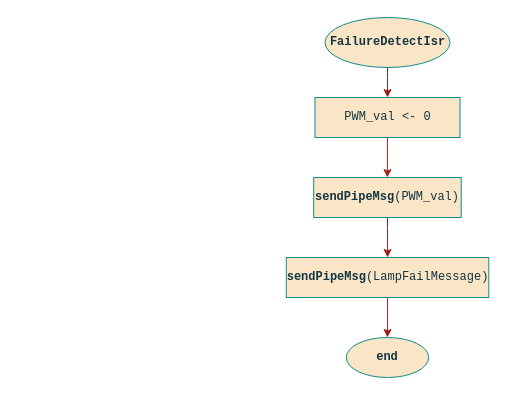
ESRGgroup9/slipad keeps this draw.io diagram as page "LampFailureDetector" (3 of 7) of project/report/flowcharts/Sensors.drawio. Above is the earlier version. Source tidied: cells renumbered, new cells numbered last; positions are measured from the earlier drawing's top-left corner, leaving out a move shared by most shapes. Both pictures are drawn from the tidied source at 100%, with x=0, y=0 at pixel (17, 17).
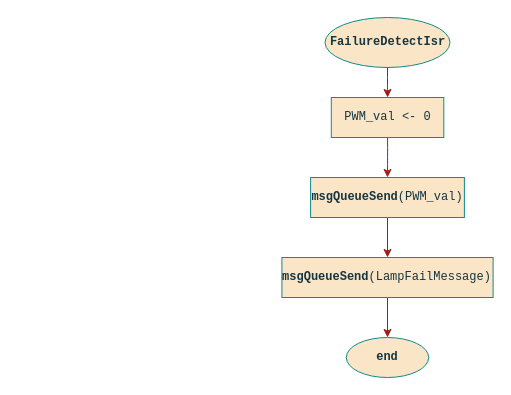
The same page after the edit.

Diff of the diagram source:
```diff
@@
 <mxGraphModel>
   <root>
     <mxCell id="0" />
     <mxCell id="1" parent="0" />
     <mxCell id="2" value="&lt;b&gt;FailureDetectIsr&lt;/b&gt;" style="ellipse;whiteSpace=wrap;html=1;fontFamily=Courier New;fillColor=#FAE5C7;strokeColor=#0F8B8D;fontColor=#143642;" parent="1" vertex="1">
       <mxGeometry x="307.5" width="125" height="50" as="geometry" />
     </mxCell>
     <mxCell id="3" value="&lt;b&gt;end&lt;/b&gt;" style="ellipse;whiteSpace=wrap;html=1;rounded=0;sketch=0;fontFamily=Courier New;fontColor=#143642;strokeColor=#0F8B8D;fillColor=#FAE5C7;" parent="1" vertex="1">
       <mxGeometry x="328.8" y="320" width="82.4" height="40" as="geometry" />
     </mxCell>
     <mxCell id="4" value=" " style="text;html=1;align=center;verticalAlign=middle;strokeColor=none;fillColor=none;" parent="1" vertex="1">
       <mxGeometry y="5" width="20" height="10" as="geometry" />
     </mxCell>
     <mxCell id="5" style="edgeStyle=orthogonalEdgeStyle;curved=0;rounded=1;sketch=0;jettySize=auto;html=1;fontColor=#143642;strokeColor=#A8201A;fillColor=#FAE5C7;entryX=0.5;entryY=0;entryDx=0;entryDy=0;" parent="1" edge="1" source="6" target="8">
       <mxGeometry relative="1" as="geometry" />
     </mxCell>
     <mxCell id="6" value="PWM_val &amp;lt;- 0" style="rounded=0;whiteSpace=wrap;html=1;sketch=0;fontColor=#143642;strokeColor=#0F8B8D;fillColor=#FAE5C7;fontFamily=Courier New;" parent="1" vertex="1">
-      <mxGeometry x="297.5" y="80" width="145" height="40" as="geometry" />
+      <mxGeometry x="313.8" y="80" width="112.5" height="40" as="geometry" />
     </mxCell>
     <mxCell id="7" style="edgeStyle=orthogonalEdgeStyle;rounded=1;jettySize=auto;html=1;strokeColor=#9C1E18;" parent="1" edge="1" source="8" target="10">
       <mxGeometry relative="1" as="geometry" />
     </mxCell>
-    <mxCell id="8" value="&lt;b&gt;sendPipeMsg&lt;/b&gt;(PWM_val)" style="rounded=0;whiteSpace=wrap;html=1;sketch=0;fontColor=#143642;strokeColor=#0F8B8D;fillColor=#FAE5C7;fontFamily=Courier New;" parent="1" vertex="1">
-      <mxGeometry x="296.2" y="160" width="147.5" height="40" as="geometry" />
+    <mxCell id="8" value="&lt;b&gt;msgQueueSend&lt;/b&gt;(PWM_val)" style="rounded=0;whiteSpace=wrap;html=1;sketch=0;fontColor=#143642;strokeColor=#0F8B8D;fillColor=#FAE5C7;fontFamily=Courier New;" parent="1" vertex="1">
+      <mxGeometry x="293.1" y="160" width="153.8" height="40" as="geometry" />
     </mxCell>
     <mxCell id="9" style="edgeStyle=orthogonalEdgeStyle;rounded=1;jettySize=auto;html=1;strokeColor=#9C1E18;" parent="1" edge="1" source="10" target="3">
       <mxGeometry relative="1" as="geometry" />
     </mxCell>
-    <mxCell id="10" value="&lt;b&gt;sendPipeMsg&lt;/b&gt;(LampFailMessage)" style="rounded=0;whiteSpace=wrap;html=1;sketch=0;fontColor=#143642;strokeColor=#0F8B8D;fillColor=#FAE5C7;fontFamily=Courier New;" parent="1" vertex="1">
-      <mxGeometry x="268.8" y="240" width="202.5" height="40" as="geometry" />
+    <mxCell id="10" value="&lt;b&gt;msgQueueSend&lt;/b&gt;(LampFailMessage)" style="rounded=0;whiteSpace=wrap;html=1;sketch=0;fontColor=#143642;strokeColor=#0F8B8D;fillColor=#FAE5C7;fontFamily=Courier New;" parent="1" vertex="1">
+      <mxGeometry x="264.4" y="240" width="211.2" height="40" as="geometry" />
     </mxCell>
     <mxCell id="11" style="edgeStyle=orthogonalEdgeStyle;rounded=1;jettySize=auto;html=1;strokeColor=#9C1E18;" parent="1" edge="1" source="2" target="6">
       <mxGeometry relative="1" as="geometry" />
     </mxCell>
   </root>
 </mxGraphModel>
```
